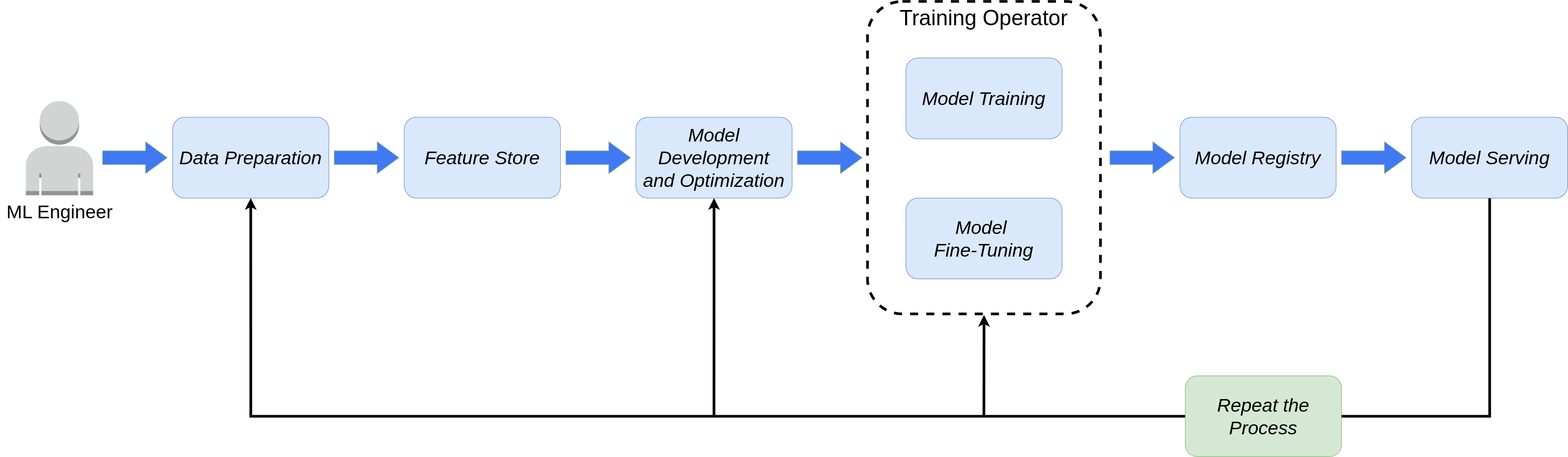
The draw.io diagram content/en/docs/components/training/images/ml-lifecycle-training-operator.drawio.svg in kubeflow/website, before a commit. Source tidied: cells renumbered, new cells last; positions are measured from the earlier drawing's top-left corner, leaving out a move shared by most shapes. The source it was exported from:
```xml
<mxGraphModel>
  <root>
    <mxCell id="0" />
    <mxCell id="1" parent="0" />
    <mxCell id="2" value="&lt;font style=&quot;font-size: 40px;&quot;&gt;Training Operator&lt;/font&gt;" style="rounded=1;whiteSpace=wrap;html=1;dashed=1;fillColor=none;strokeWidth=5;strokeColor=#000000;fontSize=40;verticalAlign=top;" parent="1" vertex="1">
      <mxGeometry x="1610" width="432.5" height="580" as="geometry" />
    </mxCell>
    <mxCell id="3" style="group;" parent="1" vertex="1">
      <mxGeometry y="185" width="220" height="234.9" as="geometry" />
    </mxCell>
    <mxCell id="4" style="dashed=0;verticalLabelPosition=bottom;verticalAlign=top;align=center;html=1;shape=mxgraph.aws3.user;fillColor=#D2D3D3;gradientColor=none;" parent="3" vertex="1">
      <mxGeometry x="47.5" width="124.9" height="174.9" as="geometry" />
    </mxCell>
    <mxCell id="5" value="ML Engineer" style="text;html=1;align=center;verticalAlign=middle;strokeColor=none;fillColor=none;fontSize=35;" parent="3" vertex="1">
      <mxGeometry y="174.9" width="220" height="60" as="geometry" />
    </mxCell>
    <mxCell id="6" style="edgeStyle=orthogonalEdgeStyle;rounded=0;jettySize=auto;html=1;entryX=0.5;entryY=1;entryDx=0;entryDy=0;strokeWidth=5;" parent="1" edge="1" source="7" target="10">
      <mxGeometry relative="1" as="geometry" />
    </mxCell>
    <mxCell id="7" value="&lt;div&gt;Repeat the Process&lt;/div&gt;" style="rounded=1;whiteSpace=wrap;html=1;fillColor=#d5e8d4;strokeColor=#82b366;fontSize=35;fontStyle=2;" parent="1" vertex="1">
      <mxGeometry x="2200" y="695" width="290" height="150" as="geometry" />
    </mxCell>
    <mxCell id="8" value="&lt;div&gt;Model Training&lt;/div&gt;" style="rounded=1;whiteSpace=wrap;html=1;fillColor=#dae8fc;strokeColor=#6c8ebf;fontSize=35;fontStyle=2;" parent="1" vertex="1">
      <mxGeometry x="1681.2" y="105" width="290" height="150" as="geometry" />
    </mxCell>
    <mxCell id="9" value="&lt;div&gt;Model&amp;nbsp;&lt;/div&gt;&lt;div&gt;Fine-Tuning&lt;/div&gt;" style="rounded=1;whiteSpace=wrap;html=1;fillColor=#dae8fc;strokeColor=#6c8ebf;fontSize=35;fontStyle=2;" parent="1" vertex="1">
      <mxGeometry x="1681.2" y="365" width="290" height="150" as="geometry" />
    </mxCell>
    <mxCell id="10" value="&lt;div&gt;Data Preparation&lt;/div&gt;" style="rounded=1;whiteSpace=wrap;html=1;fillColor=#dae8fc;strokeColor=#6c8ebf;fontSize=35;fontStyle=2;" parent="1" vertex="1">
      <mxGeometry x="320" y="215" width="290" height="150" as="geometry" />
    </mxCell>
    <mxCell id="11" value="&lt;div&gt;Model Registry&lt;/div&gt;" style="rounded=1;whiteSpace=wrap;html=1;fillColor=#dae8fc;strokeColor=#6c8ebf;fontSize=35;fontStyle=2;" parent="1" vertex="1">
      <mxGeometry x="2190" y="215" width="290" height="150" as="geometry" />
    </mxCell>
    <mxCell id="12" style="shape=singleArrow;whiteSpace=wrap;html=1;arrowWidth=0.4307692307692277;arrowSize=0.3352071005917159;fillColor=#4179f4;strokeColor=#82b366;" parent="1" vertex="1">
      <mxGeometry x="620" y="260.5" width="120" height="59" as="geometry" />
    </mxCell>
    <mxCell id="13" value="&lt;div&gt;Feature Store&lt;/div&gt;" style="rounded=1;whiteSpace=wrap;html=1;fillColor=#dae8fc;strokeColor=#6c8ebf;fontSize=35;fontStyle=2;" parent="1" vertex="1">
      <mxGeometry x="750" y="215" width="290" height="150" as="geometry" />
    </mxCell>
    <mxCell id="14" style="edgeStyle=orthogonalEdgeStyle;rounded=0;jettySize=auto;html=1;startArrow=classic;startFill=1;endArrow=none;endFill=0;strokeWidth=5;" parent="1" edge="1" source="15">
      <mxGeometry relative="1" as="geometry">
        <mxPoint x="1325" y="769" as="targetPoint" />
      </mxGeometry>
    </mxCell>
    <mxCell id="15" value="&lt;div&gt;Model Development&lt;/div&gt;&lt;div&gt;and Optimization&lt;/div&gt;" style="rounded=1;whiteSpace=wrap;html=1;fillColor=#dae8fc;strokeColor=#6c8ebf;fontSize=35;fontStyle=2;" parent="1" vertex="1">
      <mxGeometry x="1180" y="215" width="290" height="150" as="geometry" />
    </mxCell>
    <mxCell id="16" style="edgeStyle=orthogonalEdgeStyle;rounded=0;jettySize=auto;html=1;entryX=1;entryY=0.5;entryDx=0;entryDy=0;strokeWidth=5;endArrow=none;endFill=0;" parent="1" edge="1" source="17" target="7">
      <mxGeometry relative="1" as="geometry">
        <Array as="points">
          <mxPoint x="2765" y="770" />
        </Array>
      </mxGeometry>
    </mxCell>
    <mxCell id="17" value="&lt;div&gt;Model Serving&lt;/div&gt;" style="rounded=1;whiteSpace=wrap;html=1;fillColor=#dae8fc;strokeColor=#6c8ebf;fontSize=35;fontStyle=2;" parent="1" vertex="1">
      <mxGeometry x="2620" y="215" width="290" height="150" as="geometry" />
    </mxCell>
    <mxCell id="18" style="shape=singleArrow;whiteSpace=wrap;html=1;arrowWidth=0.4307692307692277;arrowSize=0.3352071005917159;fillColor=#4179f4;strokeColor=#82b366;" parent="1" vertex="1">
      <mxGeometry x="1050" y="260.5" width="120" height="59" as="geometry" />
    </mxCell>
    <mxCell id="19" style="shape=singleArrow;whiteSpace=wrap;html=1;arrowWidth=0.4307692307692277;arrowSize=0.3352071005917159;fillColor=#4179f4;strokeColor=#82b366;" parent="1" vertex="1">
      <mxGeometry x="1480" y="260.5" width="120" height="59" as="geometry" />
    </mxCell>
    <mxCell id="20" style="shape=singleArrow;whiteSpace=wrap;html=1;arrowWidth=0.4307692307692277;arrowSize=0.3352071005917159;fillColor=#4179f4;strokeColor=#82b366;" parent="1" vertex="1">
      <mxGeometry x="2060" y="260.5" width="120" height="59" as="geometry" />
    </mxCell>
    <mxCell id="21" style="shape=singleArrow;whiteSpace=wrap;html=1;arrowWidth=0.4307692307692277;arrowSize=0.3352071005917159;fillColor=#4179f4;strokeColor=#82b366;" parent="1" vertex="1">
      <mxGeometry x="2490" y="260.5" width="120" height="59" as="geometry" />
    </mxCell>
    <mxCell id="22" style="endArrow=classic;html=1;rounded=0;entryX=0.5;entryY=1;entryDx=0;entryDy=0;strokeWidth=5;" parent="1" edge="1">
      <mxGeometry relative="1" as="geometry">
        <mxPoint x="1826.1" y="770" as="sourcePoint" />
        <mxPoint x="1826.4" y="582" as="targetPoint" />
      </mxGeometry>
    </mxCell>
    <mxCell id="23" style="shape=singleArrow;whiteSpace=wrap;html=1;arrowWidth=0.4307692307692277;arrowSize=0.3352071005917159;fillColor=#4179f4;strokeColor=#82b366;" parent="1" vertex="1">
      <mxGeometry x="190" y="260.5" width="120" height="59" as="geometry" />
    </mxCell>
  </root>
</mxGraphModel>
```
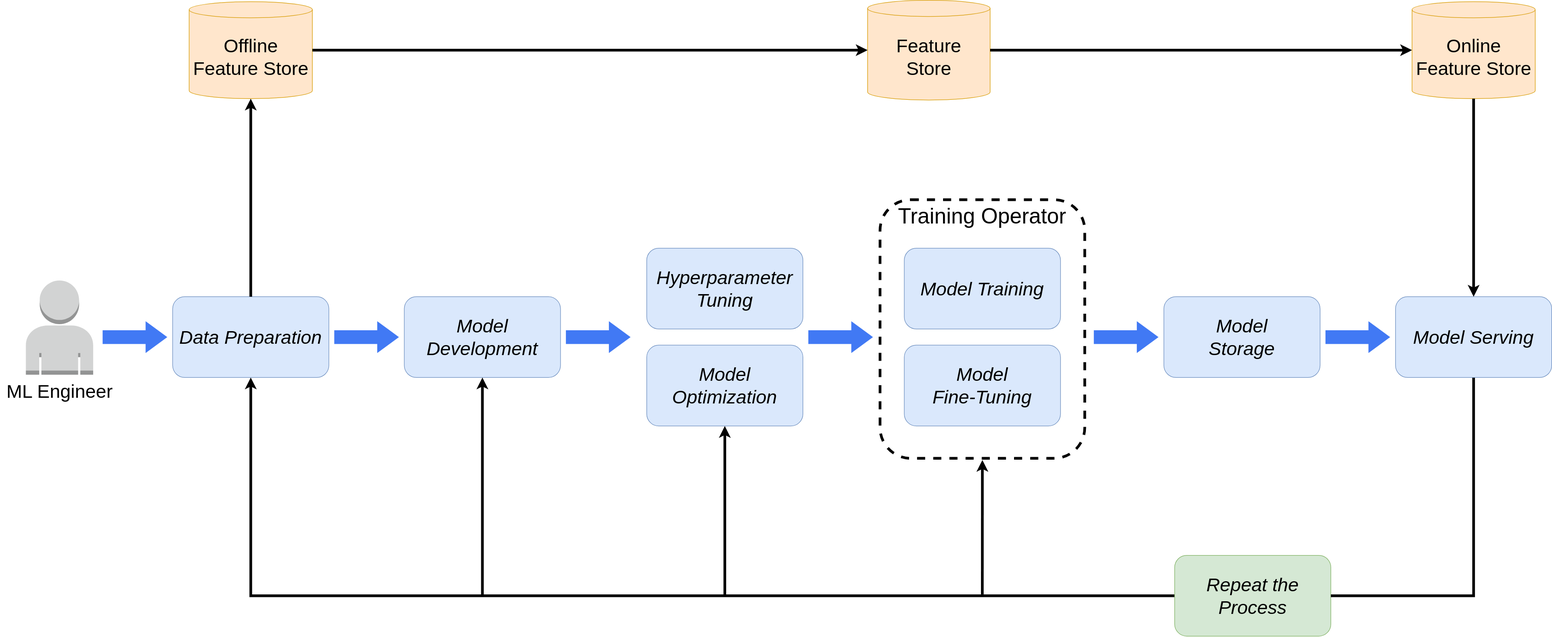
Later version of the same file.

Diff of the diagram source:
```diff
@@ -3,10 +3,10 @@
     <mxCell id="0" />
     <mxCell id="1" parent="0" />
     <mxCell id="2" value="&lt;font style=&quot;font-size: 40px;&quot;&gt;Training Operator&lt;/font&gt;" style="rounded=1;whiteSpace=wrap;html=1;dashed=1;fillColor=none;strokeWidth=5;strokeColor=#000000;fontSize=40;verticalAlign=top;" parent="1" vertex="1">
-      <mxGeometry x="1610" width="432.5" height="580" as="geometry" />
+      <mxGeometry x="2063.1" y="35" width="380" height="480" as="geometry" />
     </mxCell>
     <mxCell id="3" style="group;" parent="1" vertex="1">
-      <mxGeometry y="185" width="220" height="234.9" as="geometry" />
+      <mxGeometry x="430" y="185" width="220" height="234.9" as="geometry" />
     </mxCell>
     <mxCell id="4" style="dashed=0;verticalLabelPosition=bottom;verticalAlign=top;align=center;html=1;shape=mxgraph.aws3.user;fillColor=#D2D3D3;gradientColor=none;" parent="3" vertex="1">
       <mxGeometry x="47.5" width="124.9" height="174.9" as="geometry" />
@@ -18,64 +18,93 @@
       <mxGeometry relative="1" as="geometry" />
     </mxCell>
     <mxCell id="7" value="&lt;div&gt;Repeat the Process&lt;/div&gt;" style="rounded=1;whiteSpace=wrap;html=1;fillColor=#d5e8d4;strokeColor=#82b366;fontSize=35;fontStyle=2;" parent="1" vertex="1">
-      <mxGeometry x="2200" y="695" width="290" height="150" as="geometry" />
+      <mxGeometry x="2610" y="695" width="290" height="150" as="geometry" />
     </mxCell>
-    <mxCell id="8" value="&lt;div&gt;Model Training&lt;/div&gt;" style="rounded=1;whiteSpace=wrap;html=1;fillColor=#dae8fc;strokeColor=#6c8ebf;fontSize=35;fontStyle=2;" parent="1" vertex="1">
-      <mxGeometry x="1681.2" y="105" width="290" height="150" as="geometry" />
+    <mxCell id="8" value="Model Training" style="rounded=1;whiteSpace=wrap;html=1;fillColor=#dae8fc;strokeColor=#6c8ebf;fontSize=35;fontStyle=2;" parent="1" vertex="1">
+      <mxGeometry x="2108.1" y="125" width="290" height="150" as="geometry" />
     </mxCell>
-    <mxCell id="9" value="&lt;div&gt;Model&amp;nbsp;&lt;/div&gt;&lt;div&gt;Fine-Tuning&lt;/div&gt;" style="rounded=1;whiteSpace=wrap;html=1;fillColor=#dae8fc;strokeColor=#6c8ebf;fontSize=35;fontStyle=2;" parent="1" vertex="1">
-      <mxGeometry x="1681.2" y="365" width="290" height="150" as="geometry" />
+    <mxCell id="9" value="&lt;div&gt;Model&lt;br&gt;Fine-Tuning&lt;/div&gt;" style="rounded=1;whiteSpace=wrap;html=1;fillColor=#dae8fc;strokeColor=#6c8ebf;fontSize=35;fontStyle=2;" parent="1" vertex="1">
+      <mxGeometry x="2108.1" y="305" width="290" height="150" as="geometry" />
     </mxCell>
     <mxCell id="10" value="&lt;div&gt;Data Preparation&lt;/div&gt;" style="rounded=1;whiteSpace=wrap;html=1;fillColor=#dae8fc;strokeColor=#6c8ebf;fontSize=35;fontStyle=2;" parent="1" vertex="1">
-      <mxGeometry x="320" y="215" width="290" height="150" as="geometry" />
+      <mxGeometry x="750" y="215" width="290" height="150" as="geometry" />
     </mxCell>
-    <mxCell id="11" value="&lt;div&gt;Model Registry&lt;/div&gt;" style="rounded=1;whiteSpace=wrap;html=1;fillColor=#dae8fc;strokeColor=#6c8ebf;fontSize=35;fontStyle=2;" parent="1" vertex="1">
-      <mxGeometry x="2190" y="215" width="290" height="150" as="geometry" />
-    </mxCell>
-    <mxCell id="12" style="shape=singleArrow;whiteSpace=wrap;html=1;arrowWidth=0.4307692307692277;arrowSize=0.3352071005917159;fillColor=#4179f4;strokeColor=#82b366;" parent="1" vertex="1">
-      <mxGeometry x="620" y="260.5" width="120" height="59" as="geometry" />
+    <mxCell id="12" style="shape=singleArrow;whiteSpace=wrap;html=1;arrowWidth=0.4307692307692277;arrowSize=0.3352071005917159;fillColor=#4179f4;strokeColor=none;" parent="1" vertex="1">
+      <mxGeometry x="1050" y="260.5" width="120" height="59" as="geometry" />
     </mxCell>
-    <mxCell id="13" value="&lt;div&gt;Feature Store&lt;/div&gt;" style="rounded=1;whiteSpace=wrap;html=1;fillColor=#dae8fc;strokeColor=#6c8ebf;fontSize=35;fontStyle=2;" parent="1" vertex="1">
-      <mxGeometry x="750" y="215" width="290" height="150" as="geometry" />
-    </mxCell>
     <mxCell id="14" style="edgeStyle=orthogonalEdgeStyle;rounded=0;jettySize=auto;html=1;startArrow=classic;startFill=1;endArrow=none;endFill=0;strokeWidth=5;" parent="1" edge="1" source="15">
       <mxGeometry relative="1" as="geometry">
         <mxPoint x="1325" y="769" as="targetPoint" />
       </mxGeometry>
     </mxCell>
-    <mxCell id="15" value="&lt;div&gt;Model Development&lt;/div&gt;&lt;div&gt;and Optimization&lt;/div&gt;" style="rounded=1;whiteSpace=wrap;html=1;fillColor=#dae8fc;strokeColor=#6c8ebf;fontSize=35;fontStyle=2;" parent="1" vertex="1">
+    <mxCell id="15" value="Model Development" style="rounded=1;whiteSpace=wrap;html=1;fillColor=#dae8fc;strokeColor=#6c8ebf;fontSize=35;fontStyle=2;" parent="1" vertex="1">
       <mxGeometry x="1180" y="215" width="290" height="150" as="geometry" />
     </mxCell>
-    <mxCell id="16" style="edgeStyle=orthogonalEdgeStyle;rounded=0;jettySize=auto;html=1;entryX=1;entryY=0.5;entryDx=0;entryDy=0;strokeWidth=5;endArrow=none;endFill=0;" parent="1" edge="1" source="17" target="7">
+    <mxCell id="16" style="edgeStyle=orthogonalEdgeStyle;rounded=0;jettySize=auto;html=1;entryX=1;entryY=0.5;entryDx=0;entryDy=0;strokeWidth=5;endArrow=none;endFill=0;exitX=0.5;exitY=1;exitDx=0;exitDy=0;" parent="1" edge="1" source="28" target="7">
       <mxGeometry relative="1" as="geometry">
         <Array as="points">
-          <mxPoint x="2765" y="770" />
+          <mxPoint x="3165" y="770" />
         </Array>
       </mxGeometry>
     </mxCell>
-    <mxCell id="17" value="&lt;div&gt;Model Serving&lt;/div&gt;" style="rounded=1;whiteSpace=wrap;html=1;fillColor=#dae8fc;strokeColor=#6c8ebf;fontSize=35;fontStyle=2;" parent="1" vertex="1">
-      <mxGeometry x="2620" y="215" width="290" height="150" as="geometry" />
+    <mxCell id="17" value="&lt;div&gt;Model&lt;/div&gt;&lt;div&gt;Storage&lt;/div&gt;" style="rounded=1;whiteSpace=wrap;html=1;fillColor=#dae8fc;strokeColor=#6c8ebf;fontSize=35;fontStyle=2;" parent="1" vertex="1">
+      <mxGeometry x="2590" y="215" width="290" height="150" as="geometry" />
     </mxCell>
-    <mxCell id="18" style="shape=singleArrow;whiteSpace=wrap;html=1;arrowWidth=0.4307692307692277;arrowSize=0.3352071005917159;fillColor=#4179f4;strokeColor=#82b366;" parent="1" vertex="1">
-      <mxGeometry x="1050" y="260.5" width="120" height="59" as="geometry" />
-    </mxCell>
-    <mxCell id="19" style="shape=singleArrow;whiteSpace=wrap;html=1;arrowWidth=0.4307692307692277;arrowSize=0.3352071005917159;fillColor=#4179f4;strokeColor=#82b366;" parent="1" vertex="1">
+    <mxCell id="19" style="shape=singleArrow;whiteSpace=wrap;html=1;arrowWidth=0.4307692307692277;arrowSize=0.3352071005917159;fillColor=#4179f4;strokeColor=none;" parent="1" vertex="1">
       <mxGeometry x="1480" y="260.5" width="120" height="59" as="geometry" />
     </mxCell>
-    <mxCell id="20" style="shape=singleArrow;whiteSpace=wrap;html=1;arrowWidth=0.4307692307692277;arrowSize=0.3352071005917159;fillColor=#4179f4;strokeColor=#82b366;" parent="1" vertex="1">
-      <mxGeometry x="2060" y="260.5" width="120" height="59" as="geometry" />
+    <mxCell id="20" style="shape=singleArrow;whiteSpace=wrap;html=1;arrowWidth=0.4307692307692277;arrowSize=0.3352071005917159;fillColor=#4179f4;strokeColor=none;" parent="1" vertex="1">
+      <mxGeometry x="2460" y="260.5" width="120" height="59" as="geometry" />
     </mxCell>
-    <mxCell id="21" style="shape=singleArrow;whiteSpace=wrap;html=1;arrowWidth=0.4307692307692277;arrowSize=0.3352071005917159;fillColor=#4179f4;strokeColor=#82b366;" parent="1" vertex="1">
-      <mxGeometry x="2490" y="260.5" width="120" height="59" as="geometry" />
-    </mxCell>
-    <mxCell id="22" style="endArrow=classic;html=1;rounded=0;entryX=0.5;entryY=1;entryDx=0;entryDy=0;strokeWidth=5;" parent="1" edge="1">
+    <mxCell id="22" style="endArrow=classic;html=1;rounded=0;entryX=0.5;entryY=1;entryDx=0;entryDy=0;strokeWidth=5;" parent="1" edge="1" target="26">
       <mxGeometry relative="1" as="geometry">
-        <mxPoint x="1826.1" y="770" as="sourcePoint" />
-        <mxPoint x="1826.4" y="582" as="targetPoint" />
+        <mxPoint x="1775" y="769" as="sourcePoint" />
       </mxGeometry>
     </mxCell>
-    <mxCell id="23" style="shape=singleArrow;whiteSpace=wrap;html=1;arrowWidth=0.4307692307692277;arrowSize=0.3352071005917159;fillColor=#4179f4;strokeColor=#82b366;" parent="1" vertex="1">
-      <mxGeometry x="190" y="260.5" width="120" height="59" as="geometry" />
+    <mxCell id="23" style="shape=singleArrow;whiteSpace=wrap;html=1;arrowWidth=0.4307692307692277;arrowSize=0.3352071005917159;fillColor=#4179f4;strokeColor=none;" parent="1" vertex="1">
+      <mxGeometry x="620" y="260.5" width="120" height="59" as="geometry" />
     </mxCell>
+    <mxCell id="13" value="Feature &lt;br&gt;Store" style="shape=cylinder3;whiteSpace=wrap;html=1;boundedLbl=1;backgroundOutline=1;size=15;fillColor=#ffe6cc;strokeColor=#d79b00;fontSize=35;" parent="1" vertex="1">
+      <mxGeometry x="2040" y="-335" width="227.5" height="185" as="geometry" />
+    </mxCell>
+    <mxCell id="24" value="Offline Feature Store" style="shape=cylinder3;whiteSpace=wrap;html=1;boundedLbl=1;backgroundOutline=1;size=15;fillColor=#ffe6cc;strokeColor=#d79b00;fontSize=35;" parent="1" vertex="1">
+      <mxGeometry x="780.6" y="-332.5" width="228.8" height="180" as="geometry" />
+    </mxCell>
+    <mxCell id="25" value="Hyperparameter&lt;div&gt;Tuning&lt;/div&gt;" style="rounded=1;whiteSpace=wrap;html=1;fillColor=#dae8fc;strokeColor=#6c8ebf;fontSize=35;fontStyle=2;" parent="1" vertex="1">
+      <mxGeometry x="1630" y="125" width="290" height="150" as="geometry" />
+    </mxCell>
+    <mxCell id="26" value="Model Optimization" style="rounded=1;whiteSpace=wrap;html=1;fillColor=#dae8fc;strokeColor=#6c8ebf;fontSize=35;fontStyle=2;" parent="1" vertex="1">
+      <mxGeometry x="1630" y="305" width="290" height="150" as="geometry" />
+    </mxCell>
+    <mxCell id="27" style="shape=singleArrow;whiteSpace=wrap;html=1;arrowWidth=0.4307692307692277;arrowSize=0.3352071005917159;fillColor=#4179f4;strokeColor=none;" parent="1" vertex="1">
+      <mxGeometry x="1930" y="260.5" width="120" height="59" as="geometry" />
+    </mxCell>
+    <mxCell id="28" value="&lt;div&gt;Model Serving&lt;/div&gt;" style="rounded=1;whiteSpace=wrap;html=1;fillColor=#dae8fc;strokeColor=#6c8ebf;fontSize=35;fontStyle=2;" parent="1" vertex="1">
+      <mxGeometry x="3020" y="215" width="290" height="150" as="geometry" />
+    </mxCell>
+    <mxCell id="29" style="shape=singleArrow;whiteSpace=wrap;html=1;arrowWidth=0.4307692307692277;arrowSize=0.3352071005917159;fillColor=#4179f4;strokeColor=none;" parent="1" vertex="1">
+      <mxGeometry x="2890" y="260.5" width="120" height="59" as="geometry" />
+    </mxCell>
+    <mxCell id="30" style="endArrow=classic;html=1;rounded=0;entryX=0.5;entryY=1;entryDx=0;entryDy=0;strokeWidth=5;" parent="1" edge="1">
+      <mxGeometry relative="1" as="geometry">
+        <mxPoint x="2253" y="768" as="sourcePoint" />
+        <mxPoint x="2253.1" y="518" as="targetPoint" />
+      </mxGeometry>
+    </mxCell>
+    <mxCell id="31" style="edgeStyle=orthogonalEdgeStyle;rounded=0;jettySize=auto;html=1;entryX=0.5;entryY=1;entryDx=0;entryDy=0;entryPerimeter=0;strokeWidth=5;" parent="1" edge="1" source="10" target="24">
+      <mxGeometry relative="1" as="geometry" />
+    </mxCell>
+    <mxCell id="32" value="Online Feature Store" style="shape=cylinder3;whiteSpace=wrap;html=1;boundedLbl=1;backgroundOutline=1;size=15;fillColor=#ffe6cc;strokeColor=#d79b00;fontSize=35;" parent="1" vertex="1">
+      <mxGeometry x="3050.6" y="-332.5" width="228.8" height="180" as="geometry" />
+    </mxCell>
+    <mxCell id="33" style="edgeStyle=orthogonalEdgeStyle;rounded=0;jettySize=auto;html=1;entryX=0.5;entryY=1;entryDx=0;entryDy=0;entryPerimeter=0;strokeWidth=5;endArrow=none;endFill=0;startArrow=classic;startFill=1;" parent="1" edge="1" source="28" target="32">
+      <mxGeometry relative="1" as="geometry" />
+    </mxCell>
+    <mxCell id="34" style="edgeStyle=orthogonalEdgeStyle;rounded=0;jettySize=auto;html=1;entryX=0;entryY=0.5;entryDx=0;entryDy=0;entryPerimeter=0;strokeWidth=5;" parent="1" edge="1" source="24" target="13">
+      <mxGeometry relative="1" as="geometry" />
+    </mxCell>
+    <mxCell id="35" style="edgeStyle=orthogonalEdgeStyle;rounded=0;jettySize=auto;html=1;entryX=0;entryY=0.5;entryDx=0;entryDy=0;entryPerimeter=0;strokeWidth=5;" parent="1" edge="1" source="13" target="32">
+      <mxGeometry relative="1" as="geometry" />
+    </mxCell>
   </root>
 </mxGraphModel>
```
